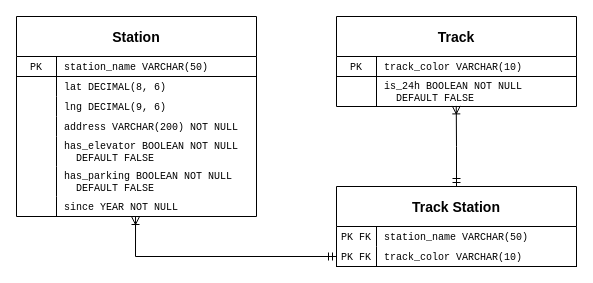
hanggrian/IIT-ITM515 keeps this draw.io diagram as assignments/hw4/diagram.drawio. Above is the earlier version. Source tidied: cells renumbered, new cells numbered last; positions are measured from the earlier drawing's top-left corner, leaving out a move shared by most shapes. Both pictures are drawn from the tidied source at 100%, with x=0, y=0 at pixel (16, 16).
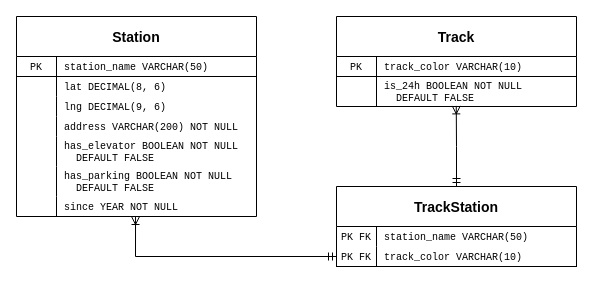
The same page after the edit.

The edit, as a diff of the source:
```diff
@@
-    <mxCell id="31" value="Track Station" style="shape=table;startSize=40;childLayout=tableLayout;rowLines=0;fontStyle=1;align=center;fontSize=14;swimlaneFillColor=none;fontFamily=Helvetica;" parent="1" vertex="1">
+    <mxCell id="31" value="TrackStation" style="shape=table;startSize=40;childLayout=tableLayout;rowLines=0;fontStyle=1;align=center;fontSize=14;swimlaneFillColor=none;fontFamily=Helvetica;" parent="1" vertex="1">
       <mxGeometry x="320" y="170" width="240" height="80" as="geometry" />
     </mxCell>
```
